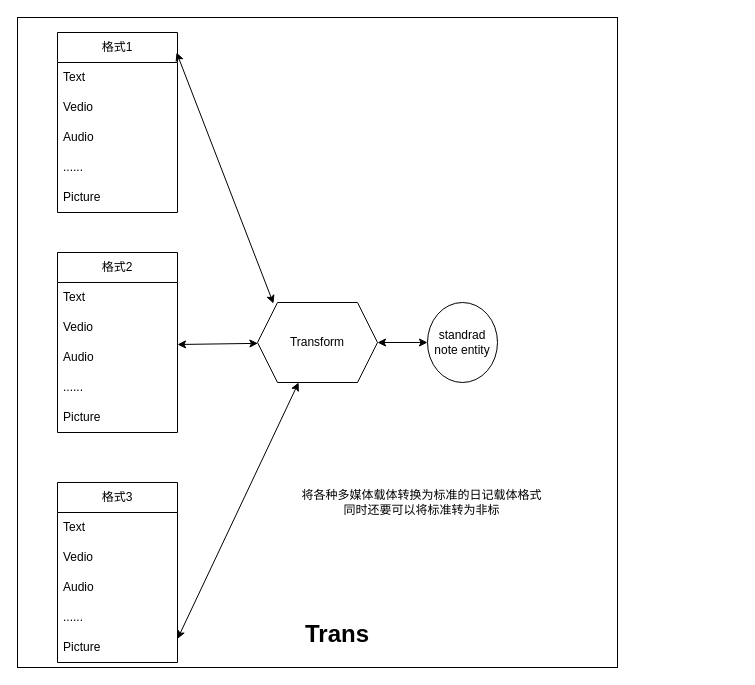
Tec-Wang/note keeps this draw.io diagram as docs/日记思路.drawio. Above is the earlier version. Source tidied: cells renumbered, new cells numbered last; positions are measured from the earlier drawing's top-left corner, leaving out a move shared by most shapes. Both pictures are drawn from the tidied source at 100%, with x=0, y=0 at pixel (17, 17).
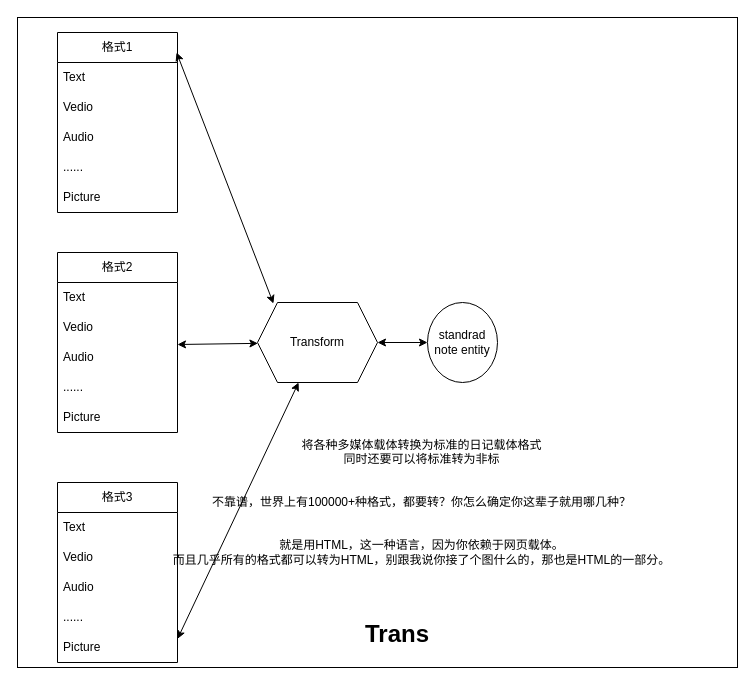
The same diagram, later.

Commit message:
确定使用html作为日记的语言

Diff of the diagram source:
```diff
@@
     <mxCell id="2" style="group;" parent="1" vertex="1">
-      <mxGeometry width="600" height="650" as="geometry" />
+      <mxGeometry width="720" height="650" as="geometry" />
     </mxCell>
     <mxCell id="3" value="&lt;blockquote style=&quot;margin: 0 0 0 40px; border: none; padding: 0px;&quot;&gt;&lt;h1 style=&quot;&quot;&gt;Trans&lt;/h1&gt;&lt;/blockquote&gt;" style="rounded=0;whiteSpace=wrap;html=1;align=center;verticalAlign=bottom;" parent="2" vertex="1">
-      <mxGeometry width="600" height="650" as="geometry" />
+      <mxGeometry width="720" height="650" as="geometry" />
     </mxCell>
@@
-    <mxCell id="28" value="将各种多媒体载体转换为标准的日记载体格式&lt;br&gt;同时还要可以将标准转为非标" style="text;html=1;align=center;verticalAlign=middle;strokeColor=none;fillColor=none;" parent="2" vertex="1">
-      <mxGeometry x="274" y="465" width="260" height="40" as="geometry" />
+    <mxCell id="28" value="将各种多媒体载体转换为标准的日记载体格式&lt;br&gt;同时还要可以将标准转为非标&lt;br&gt;&lt;br&gt;&lt;br&gt;不靠谱，世界上有100000+种格式，都要转？你怎么确定你这辈子就用哪几种？&lt;br&gt;&lt;br&gt;&lt;br&gt;就是用HTML，这一种语言，因为你依赖于网页载体。&lt;br&gt;而且几乎所有的格式都可以转为HTML，别跟我说你接了个图什么的，那也是HTML的一部分。&lt;br&gt;" style="text;html=1;align=center;verticalAlign=middle;strokeColor=none;fillColor=none;" parent="2" vertex="1">
+      <mxGeometry x="144" y="415" width="520" height="140" as="geometry" />
     </mxCell>
```
